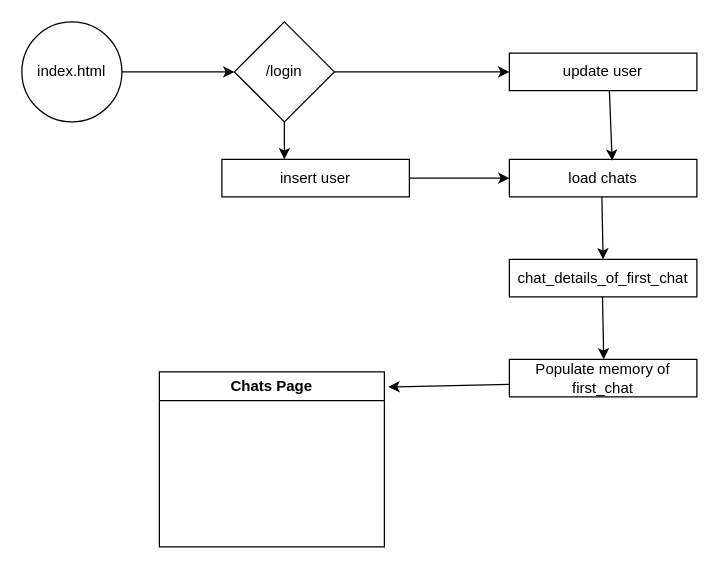
krishnaaitraining/merchant-loans keeps this draw.io diagram as llm4/architecture/chatdetails.drawio. Above is the earlier version. Source tidied: cells renumbered, new cells numbered last; positions are measured from the earlier drawing's top-left corner, leaving out a move shared by most shapes. Both pictures are drawn from the tidied source at 125%, with x=0, y=0 at pixel (21, 21).
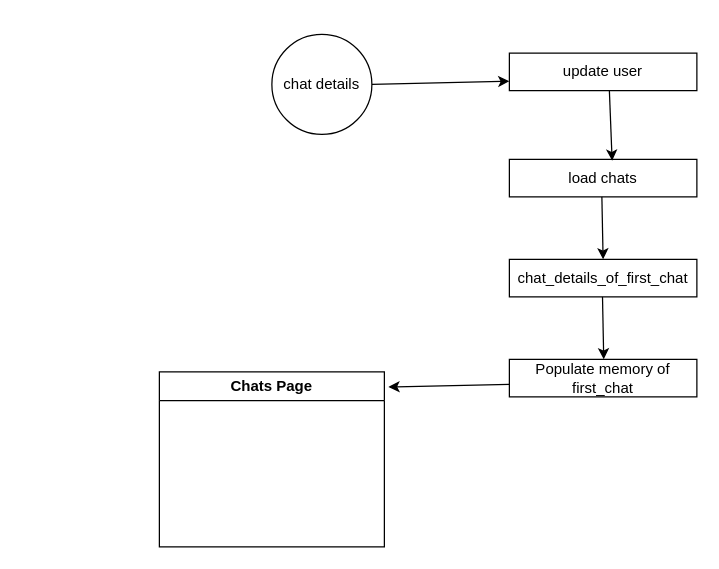
Above is the later version.

Unchanged cells that the change refers to:
```xml
<mxCell id="6" value="load chats" style="rounded=0;whiteSpace=wrap;html=1;" parent="1" vertex="1">
  <mxGeometry x="390" y="110" width="150" height="30" as="geometry" />
</mxCell>
<mxCell id="7" value="update user" style="rounded=0;whiteSpace=wrap;html=1;" parent="1" vertex="1">
  <mxGeometry x="390" y="25" width="150" height="30" as="geometry" />
</mxCell>
```

Change to the diagram source:
```diff
@@
-    <mxCell id="2" style="edgeStyle=none;html=1;exitX=1;exitY=0.5;exitDx=0;exitDy=0;entryX=0;entryY=0.5;entryDx=0;entryDy=0;" parent="1" edge="1" source="3" target="4">
+    <mxCell id="2" style="edgeStyle=none;html=1;exitX=1;exitY=0.5;exitDx=0;exitDy=0;entryX=0;entryY=0.75;entryDx=0;entryDy=0;" parent="1" edge="1" source="3" target="7">
       <mxGeometry relative="1" as="geometry" />
     </mxCell>
-    <mxCell id="3" value="index.html" style="ellipse;whiteSpace=wrap;html=1;" parent="1" vertex="1">
-      <mxGeometry width="80" height="80" as="geometry" />
+    <mxCell id="3" value="chat details" style="ellipse;whiteSpace=wrap;html=1;" parent="1" vertex="1">
+      <mxGeometry x="200" y="10" width="80" height="80" as="geometry" />
     </mxCell>
-    <mxCell id="4" value="/login" style="rhombus;whiteSpace=wrap;html=1;" parent="1" vertex="1">
-      <mxGeometry x="170" width="80" height="80" as="geometry" />
-    </mxCell>
@@
-    <mxCell id="8" value="insert user" style="rounded=0;whiteSpace=wrap;html=1;" parent="1" vertex="1">
-      <mxGeometry x="160" y="110" width="150" height="30" as="geometry" />
-    </mxCell>
@@
-    <mxCell id="12" style="endArrow=classic;html=1;entryX=0;entryY=0.5;entryDx=0;entryDy=0;" parent="1" edge="1" target="7">
-      <mxGeometry relative="1" as="geometry">
-        <mxPoint x="250" y="40" as="sourcePoint" />
-      </mxGeometry>
-    </mxCell>
@@
-    <mxCell id="16" style="endArrow=classic;html=1;" parent="1" edge="1">
-      <mxGeometry relative="1" as="geometry">
-        <mxPoint x="210" y="80" as="sourcePoint" />
-        <mxPoint x="210" y="110" as="targetPoint" />
-      </mxGeometry>
-    </mxCell>
-    <mxCell id="17" style="endArrow=classic;html=1;entryX=0;entryY=0.5;entryDx=0;entryDy=0;exitX=1;exitY=0.5;exitDx=0;exitDy=0;" parent="1" edge="1" source="8" target="6">
-      <mxGeometry relative="1" as="geometry" />
-    </mxCell>
```
